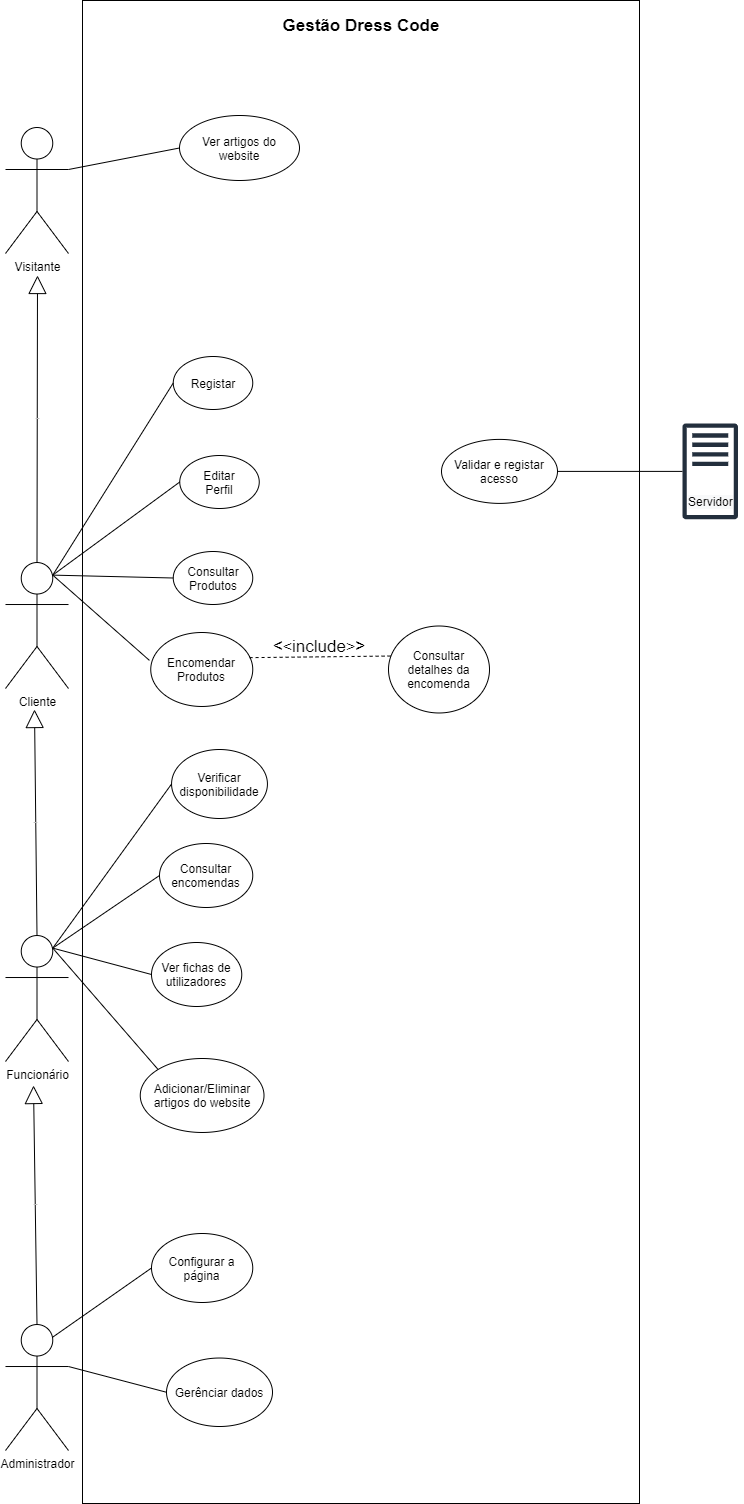
JoshuaJones27/FetchCode keeps this draw.io diagram as diagramas/Casos de Uso.png. Above is the earlier version. Source tidied: cells renumbered, new cells last; positions are measured from the earlier drawing's top-left corner, leaving out a move shared by most shapes. Source of this version:
```xml
<mxGraphModel background="#ffffff">
  <root>
    <mxCell id="0" />
    <mxCell id="1" parent="0" />
    <mxCell id="2" style="rounded=0;whiteSpace=wrap;html=1;" parent="1" vertex="1">
      <mxGeometry x="77" width="557" height="1503" as="geometry" />
    </mxCell>
    <mxCell id="3" value="Funcionário&lt;br&gt;" style="shape=umlActor;verticalLabelPosition=bottom;verticalAlign=top;html=1;outlineConnect=0;" parent="1" vertex="1">
      <mxGeometry y="935" width="63" height="126" as="geometry" />
    </mxCell>
    <mxCell id="4" value="Cliente" style="shape=umlActor;verticalLabelPosition=bottom;verticalAlign=top;html=1;outlineConnect=0;" parent="1" vertex="1">
      <mxGeometry y="562" width="63" height="126" as="geometry" />
    </mxCell>
    <mxCell id="5" value="Administrador&lt;br&gt;" style="shape=umlActor;verticalLabelPosition=bottom;verticalAlign=top;html=1;outlineConnect=0;" parent="1" vertex="1">
      <mxGeometry y="1324" width="63" height="126" as="geometry" />
    </mxCell>
    <mxCell id="6" value="Registar" style="ellipse;whiteSpace=wrap;html=1;" parent="1" vertex="1">
      <mxGeometry x="167.8" y="356" width="79.5" height="53" as="geometry" />
    </mxCell>
    <mxCell id="7" style="endArrow=none;html=1;rounded=0;exitX=0.75;exitY=0.1;exitDx=0;exitDy=0;exitPerimeter=0;entryX=0;entryY=0.5;entryDx=0;entryDy=0;" parent="1" edge="1" source="4" target="6">
      <mxGeometry relative="1" as="geometry" />
    </mxCell>
    <mxCell id="8" value="Encomendar&lt;br&gt;Produtos" style="ellipse;whiteSpace=wrap;html=1;" parent="1" vertex="1">
      <mxGeometry x="145.2" y="632" width="102" height="74" as="geometry" />
    </mxCell>
    <mxCell id="9" value="&lt;b style=&quot;line-height: 1.2&quot;&gt;&lt;font style=&quot;font-size: 17px&quot;&gt;Gestão Dress Code&lt;/font&gt;&lt;/b&gt;" style="text;html=1;strokeColor=none;fillColor=none;align=center;verticalAlign=middle;whiteSpace=wrap;rounded=0;" parent="1" vertex="1">
      <mxGeometry x="276" y="10" width="160" height="30" as="geometry" />
    </mxCell>
    <mxCell id="10" style="endArrow=none;html=1;rounded=0;fontSize=17;exitX=0.75;exitY=0.1;exitDx=0;exitDy=0;exitPerimeter=0;entryX=-0.013;entryY=0.377;entryDx=0;entryDy=0;entryPerimeter=0;" parent="1" edge="1" source="4" target="8">
      <mxGeometry relative="1" as="geometry" />
    </mxCell>
    <mxCell id="11" value="Editar&lt;br&gt;Perfil" style="ellipse;whiteSpace=wrap;html=1;" parent="1" vertex="1">
      <mxGeometry x="174.2" y="455" width="79.5" height="53" as="geometry" />
    </mxCell>
    <mxCell id="12" value="Consultar detalhes da&lt;br&gt;encomenda" style="ellipse;whiteSpace=wrap;html=1;" parent="1" vertex="1">
      <mxGeometry x="383" y="625.5" width="101" height="87" as="geometry" />
    </mxCell>
    <mxCell id="13" style="endArrow=none;dashed=1;html=1;rounded=0;fontSize=17;entryX=0.048;entryY=0.345;entryDx=0;entryDy=0;entryPerimeter=0;exitX=0.969;exitY=0.34;exitDx=0;exitDy=0;exitPerimeter=0;" parent="1" edge="1" source="8" target="12">
      <mxGeometry relative="1" as="geometry" />
    </mxCell>
    <mxCell id="14" value="&amp;lt;&lt;font style=&quot;font-size: 16px&quot;&gt;&amp;lt;&lt;/font&gt;include&lt;font style=&quot;font-size: 16px&quot;&gt;&amp;gt;&lt;/font&gt;&amp;gt;" style="text;html=1;strokeColor=none;fillColor=none;align=center;verticalAlign=middle;whiteSpace=wrap;rounded=0;fontSize=17;rotation=0;" parent="1" vertex="1">
      <mxGeometry x="271.5" y="634" width="84" height="23" as="geometry" />
    </mxCell>
    <mxCell id="15" value="Consultar&lt;br&gt;Produtos" style="ellipse;whiteSpace=wrap;html=1;" parent="1" vertex="1">
      <mxGeometry x="167.8" y="551" width="79.5" height="53" as="geometry" />
    </mxCell>
    <mxCell id="16" style="endArrow=none;html=1;rounded=0;fontSize=16;entryX=0;entryY=0.5;entryDx=0;entryDy=0;exitX=0.75;exitY=0.1;exitDx=0;exitDy=0;exitPerimeter=0;" parent="1" edge="1" source="4" target="11">
      <mxGeometry relative="1" as="geometry" />
    </mxCell>
    <mxCell id="17" value="&lt;span style=&quot;color: rgb(0 , 0 , 0) ; font-family: &amp;#34;helvetica&amp;#34; ; font-size: 12px ; font-style: normal ; font-weight: 400 ; letter-spacing: normal ; text-align: center ; text-indent: 0px ; text-transform: none ; word-spacing: 0px ; background-color: rgb(248 , 249 , 250) ; display: inline ; float: none&quot;&gt;Servidor&lt;/span&gt;" style="text;whiteSpace=wrap;html=1;fontSize=16;" parent="1" vertex="1">
      <mxGeometry x="680.5" y="484" width="57" height="35" as="geometry" />
    </mxCell>
    <mxCell id="18" style="sketch=0;outlineConnect=0;fontColor=#232F3E;gradientColor=none;fillColor=#232F3D;strokeColor=none;dashed=0;verticalLabelPosition=bottom;verticalAlign=top;align=center;html=1;fontSize=12;fontStyle=0;shape=mxgraph.aws4.traditional_server;" parent="1" vertex="1">
      <mxGeometry x="677" y="422.8" width="55.5" height="96.2" as="geometry" />
    </mxCell>
    <mxCell id="19" value="Configurar a página" style="ellipse;whiteSpace=wrap;html=1;" parent="1" vertex="1">
      <mxGeometry x="146" y="1233" width="101.2" height="69" as="geometry" />
    </mxCell>
    <mxCell id="20" style="endArrow=none;html=1;exitX=0.75;exitY=0.1;exitDx=0;exitDy=0;exitPerimeter=0;entryX=0;entryY=0.5;entryDx=0;entryDy=0;" parent="1" edge="1" source="5" target="19">
      <mxGeometry relative="1" as="geometry" />
    </mxCell>
    <mxCell id="21" value="Gerênciar dados" style="ellipse;whiteSpace=wrap;html=1;" parent="1" vertex="1">
      <mxGeometry x="161" y="1357.5" width="106" height="68.5" as="geometry" />
    </mxCell>
    <mxCell id="22" value="Verificar disponibilidade" style="ellipse;whiteSpace=wrap;html=1;" parent="1" vertex="1">
      <mxGeometry x="166.1" y="749" width="95.9" height="69" as="geometry" />
    </mxCell>
    <mxCell id="23" style="endArrow=none;html=1;exitX=0.75;exitY=0.1;exitDx=0;exitDy=0;exitPerimeter=0;entryX=0;entryY=0.5;entryDx=0;entryDy=0;" parent="1" edge="1" source="3" target="22">
      <mxGeometry relative="1" as="geometry" />
    </mxCell>
    <mxCell id="24" style="endArrow=none;html=1;exitX=1;exitY=0.3333333333333333;exitDx=0;exitDy=0;exitPerimeter=0;entryX=0;entryY=0.5;entryDx=0;entryDy=0;" parent="1" edge="1" source="5" target="21">
      <mxGeometry relative="1" as="geometry" />
    </mxCell>
    <mxCell id="25" value="Consultar encomendas" style="ellipse;whiteSpace=wrap;html=1;" parent="1" vertex="1">
      <mxGeometry x="154" y="843" width="93.2" height="64" as="geometry" />
    </mxCell>
    <mxCell id="26" style="endArrow=none;html=1;exitX=0.75;exitY=0.1;exitDx=0;exitDy=0;exitPerimeter=0;entryX=0;entryY=0.5;entryDx=0;entryDy=0;" parent="1" edge="1" source="3" target="25">
      <mxGeometry relative="1" as="geometry" />
    </mxCell>
    <mxCell id="27" value="Ver fichas de utilizadores" style="ellipse;whiteSpace=wrap;html=1;" parent="1" vertex="1">
      <mxGeometry x="146" y="942" width="90.2" height="64" as="geometry" />
    </mxCell>
    <mxCell id="28" style="endArrow=none;html=1;exitX=0.75;exitY=0.1;exitDx=0;exitDy=0;exitPerimeter=0;entryX=0;entryY=0.5;entryDx=0;entryDy=0;" parent="1" edge="1" source="3" target="27">
      <mxGeometry relative="1" as="geometry" />
    </mxCell>
    <mxCell id="29" value="Adicionar/Eliminar artigos do website" style="ellipse;whiteSpace=wrap;html=1;" parent="1" vertex="1">
      <mxGeometry x="134.8" y="1058" width="123.8" height="74" as="geometry" />
    </mxCell>
    <mxCell id="30" style="endArrow=none;html=1;entryX=0;entryY=0;entryDx=0;entryDy=0;exitX=0.75;exitY=0.1;exitDx=0;exitDy=0;exitPerimeter=0;" parent="1" edge="1" source="3" target="29">
      <mxGeometry relative="1" as="geometry" />
    </mxCell>
    <mxCell id="31" value="Validar e registar acesso" style="ellipse;whiteSpace=wrap;html=1;" parent="1" vertex="1">
      <mxGeometry x="436" y="438.9" width="116" height="64" as="geometry" />
    </mxCell>
    <mxCell id="32" style="endArrow=none;html=1;exitX=1;exitY=0.5;exitDx=0;exitDy=0;" parent="1" edge="1" source="31" target="18">
      <mxGeometry relative="1" as="geometry" />
    </mxCell>
    <mxCell id="33" value="Extends" style="endArrow=block;endSize=16;endFill=0;html=1;rounded=0;fontSize=1;exitX=0.5;exitY=0;exitDx=0;exitDy=0;exitPerimeter=0;" parent="1" edge="1" source="3">
      <mxGeometry relative="1" as="geometry">
        <mxPoint x="29" y="709" as="targetPoint" />
      </mxGeometry>
    </mxCell>
    <mxCell id="34" value="Extends" style="endArrow=block;endSize=16;endFill=0;html=1;rounded=0;fontSize=1;exitX=0.5;exitY=0;exitDx=0;exitDy=0;exitPerimeter=0;" parent="1" edge="1" source="5">
      <mxGeometry relative="1" as="geometry">
        <mxPoint x="28" y="1085" as="targetPoint" />
      </mxGeometry>
    </mxCell>
    <mxCell id="35" value="Visitante" style="shape=umlActor;verticalLabelPosition=bottom;verticalAlign=top;html=1;outlineConnect=0;" parent="1" vertex="1">
      <mxGeometry y="127" width="63" height="126" as="geometry" />
    </mxCell>
    <mxCell id="36" value="Extends" style="endArrow=block;endSize=16;endFill=0;html=1;rounded=0;fontSize=1;exitX=0.5;exitY=0;exitDx=0;exitDy=0;exitPerimeter=0;" parent="1" edge="1" source="4">
      <mxGeometry relative="1" as="geometry">
        <mxPoint x="32" y="275" as="targetPoint" />
      </mxGeometry>
    </mxCell>
    <mxCell id="37" value="Ver artigos do website" style="ellipse;whiteSpace=wrap;html=1;fontSize=12;" parent="1" vertex="1">
      <mxGeometry x="174" y="115" width="120" height="65" as="geometry" />
    </mxCell>
    <mxCell id="38" style="endArrow=none;html=1;rounded=0;exitX=1;exitY=0.3333333333333333;exitDx=0;exitDy=0;exitPerimeter=0;entryX=0;entryY=0.5;entryDx=0;entryDy=0;" parent="1" edge="1" source="35" target="37">
      <mxGeometry relative="1" as="geometry" />
    </mxCell>
    <mxCell id="39" style="endArrow=none;html=1;rounded=0;fontSize=16;entryX=0;entryY=0.5;entryDx=0;entryDy=0;exitX=0.75;exitY=0.1;exitDx=0;exitDy=0;exitPerimeter=0;" parent="1" edge="1" source="4" target="15">
      <mxGeometry relative="1" as="geometry" />
    </mxCell>
  </root>
</mxGraphModel>
```
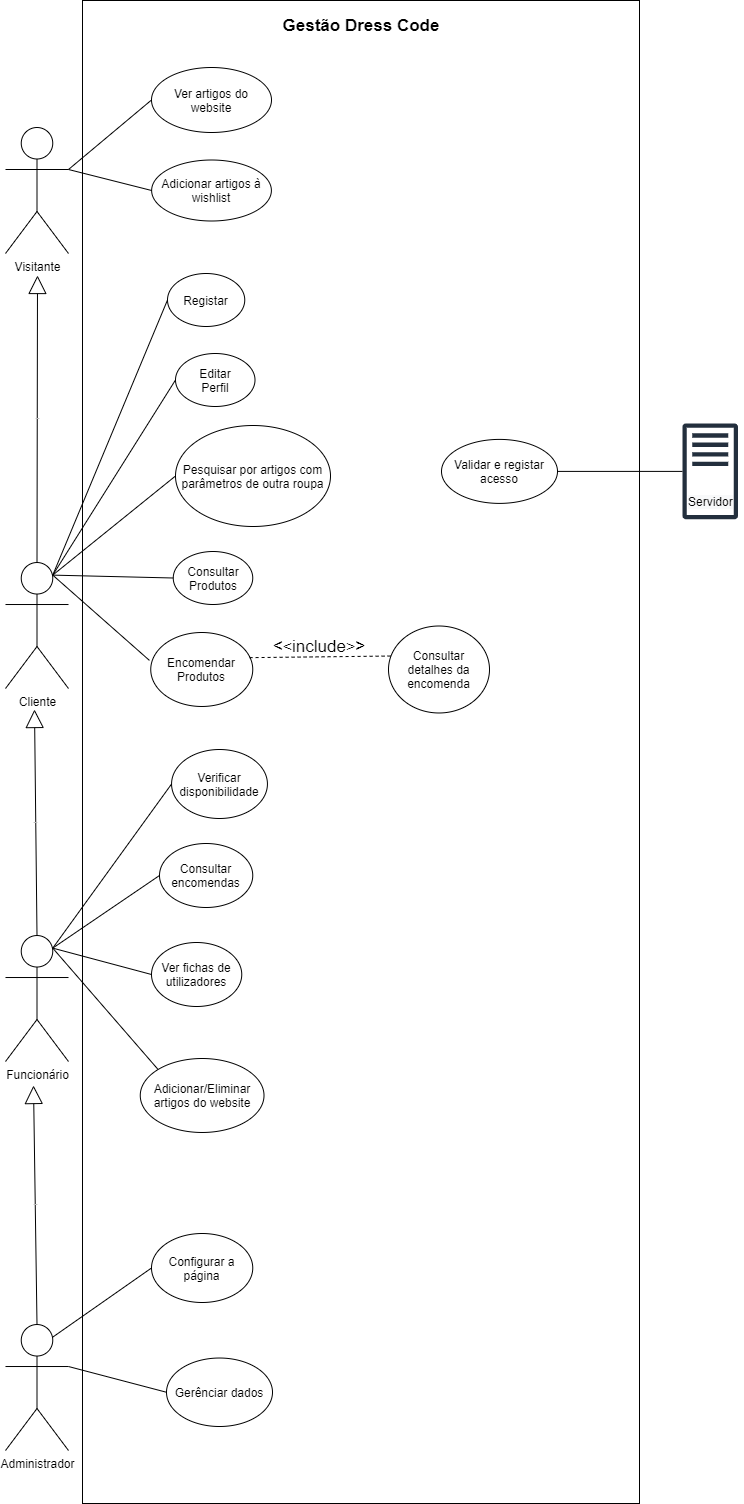
Above is the later version.

Commit message:
use cases

What changed in the source:
```diff
@@ -15,7 +15,7 @@
       <mxGeometry y="1324" width="63" height="126" as="geometry" />
     </mxCell>
     <mxCell id="6" value="Registar" style="ellipse;whiteSpace=wrap;html=1;" parent="1" vertex="1">
-      <mxGeometry x="167.8" y="356" width="79.5" height="53" as="geometry" />
+      <mxGeometry x="162" y="273" width="77.2" height="53" as="geometry" />
     </mxCell>
     <mxCell id="7" style="endArrow=none;html=1;rounded=0;exitX=0.75;exitY=0.1;exitDx=0;exitDy=0;exitPerimeter=0;entryX=0;entryY=0.5;entryDx=0;entryDy=0;" parent="1" edge="1" source="4" target="6">
       <mxGeometry relative="1" as="geometry" />
@@ -30,7 +30,7 @@
       <mxGeometry relative="1" as="geometry" />
     </mxCell>
     <mxCell id="11" value="Editar&lt;br&gt;Perfil" style="ellipse;whiteSpace=wrap;html=1;" parent="1" vertex="1">
-      <mxGeometry x="174.2" y="455" width="79.5" height="53" as="geometry" />
+      <mxGeometry x="170" y="353" width="79.5" height="53" as="geometry" />
     </mxCell>
     <mxCell id="12" value="Consultar detalhes da&lt;br&gt;encomenda" style="ellipse;whiteSpace=wrap;html=1;" parent="1" vertex="1">
       <mxGeometry x="383" y="625.5" width="101" height="87" as="geometry" />
@@ -114,7 +114,7 @@
       </mxGeometry>
     </mxCell>
     <mxCell id="37" value="Ver artigos do website" style="ellipse;whiteSpace=wrap;html=1;fontSize=12;" parent="1" vertex="1">
-      <mxGeometry x="174" y="115" width="120" height="65" as="geometry" />
+      <mxGeometry x="146" y="67" width="120" height="65" as="geometry" />
     </mxCell>
     <mxCell id="38" style="endArrow=none;html=1;rounded=0;exitX=1;exitY=0.3333333333333333;exitDx=0;exitDy=0;exitPerimeter=0;entryX=0;entryY=0.5;entryDx=0;entryDy=0;" parent="1" edge="1" source="35" target="37">
       <mxGeometry relative="1" as="geometry" />
@@ -122,5 +122,17 @@
     <mxCell id="39" style="endArrow=none;html=1;rounded=0;fontSize=16;entryX=0;entryY=0.5;entryDx=0;entryDy=0;exitX=0.75;exitY=0.1;exitDx=0;exitDy=0;exitPerimeter=0;" parent="1" edge="1" source="4" target="15">
       <mxGeometry relative="1" as="geometry" />
     </mxCell>
+    <mxCell id="40" value="Adicionar artigos à wishlist" style="ellipse;whiteSpace=wrap;html=1;" parent="1" vertex="1">
+      <mxGeometry x="146.1" y="159.5" width="119.8" height="61" as="geometry" />
+    </mxCell>
+    <mxCell id="41" style="endArrow=none;html=1;exitX=1;exitY=0.3333333333333333;exitDx=0;exitDy=0;exitPerimeter=0;entryX=0;entryY=0.5;entryDx=0;entryDy=0;" parent="1" edge="1" source="35" target="40">
+      <mxGeometry relative="1" as="geometry" />
+    </mxCell>
+    <mxCell id="42" value="Pesquisar por artigos com parâmetros de outra roupa" style="ellipse;whiteSpace=wrap;html=1;" parent="1" vertex="1">
+      <mxGeometry x="170" y="425" width="155" height="101" as="geometry" />
+    </mxCell>
+    <mxCell id="43" style="endArrow=none;html=1;exitX=0.75;exitY=0.1;exitDx=0;exitDy=0;exitPerimeter=0;entryX=0;entryY=0.5;entryDx=0;entryDy=0;" parent="1" edge="1" source="4" target="42">
+      <mxGeometry relative="1" as="geometry" />
+    </mxCell>
   </root>
 </mxGraphModel>
```
